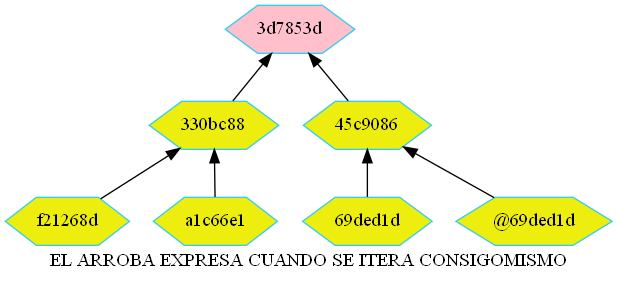
betebetoven/EDDS2F2 keeps this Graphviz diagram as merkle.png. Above is the earlier version. Its source is kept beside it as merkle.dot.
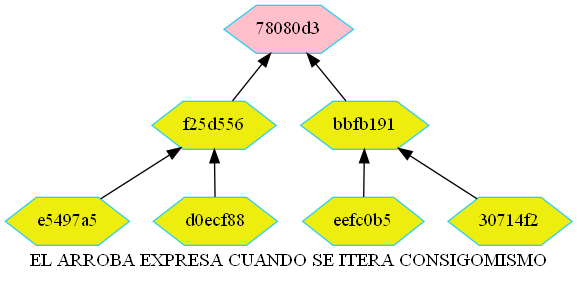
After the commit.

Change to the diagram source:
```diff
@@ -7,11 +7,11 @@
         node[color = "#31CEF0"]
         rankdir=BT;
 
-"f21268d" -> "330bc88"
-"a1c66e1" -> "330bc88"
-"69ded1d" -> "45c9086"
-"@69ded1d" -> "45c9086"
-"330bc88" -> "3d7853d"
-"45c9086" -> "3d7853d"
-"3d7853d"[fillcolor="pink"]
+"e5497a5" -> "f25d556"
+"d0ecf88" -> "f25d556"
+"eefc0b5" -> "bbfb191"
+"30714f2" -> "bbfb191"
+"f25d556" -> "78080d3"
+"bbfb191" -> "78080d3"
+"78080d3"[fillcolor="pink"]
 }
```
